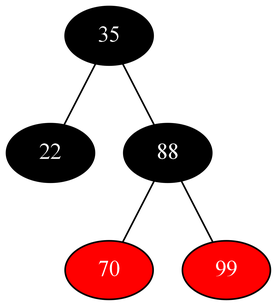
Before: dotFiles/rbtree.dot.png, a diagram exported from Graphviz (chronic-underclocking/Data_Structure_Visualizer). Its source is kept beside it as dotFiles/rbtree.dot.
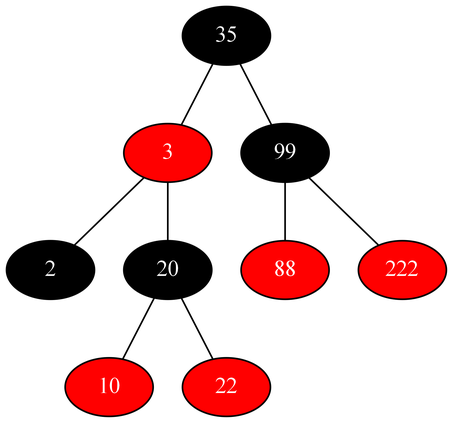
Later version of the same file.

The edit, as a diff of the source:
```diff
@@ -1,13 +1,21 @@
 strict graph G {
 graph [ dpi = 500 ];
 node [style = filled, fontcolor = white];
-1 [label = 35, fillcolor = black];
-3 [label = 22, fillcolor = black];
-2 [label = 88, fillcolor = black];
-5 [label = 70, fillcolor = red];
-4 [label = 99, fillcolor = red];
-1--3;
-1--2;
-2--5;
+2 [label = 35, fillcolor = black];
+8 [label = 3, fillcolor = red];
+9 [label = 2, fillcolor = black];
+10 [label = 20, fillcolor = black];
+6 [label = 10, fillcolor = red];
+1 [label = 22, fillcolor = red];
+4 [label = 99, fillcolor = black];
+3 [label = 88, fillcolor = red];
+5 [label = 222, fillcolor = red];
+2--8;
+8--9;
+8--10;
+10--6;
+10--1;
 2--4;
+4--3;
+4--5;
 }
```
